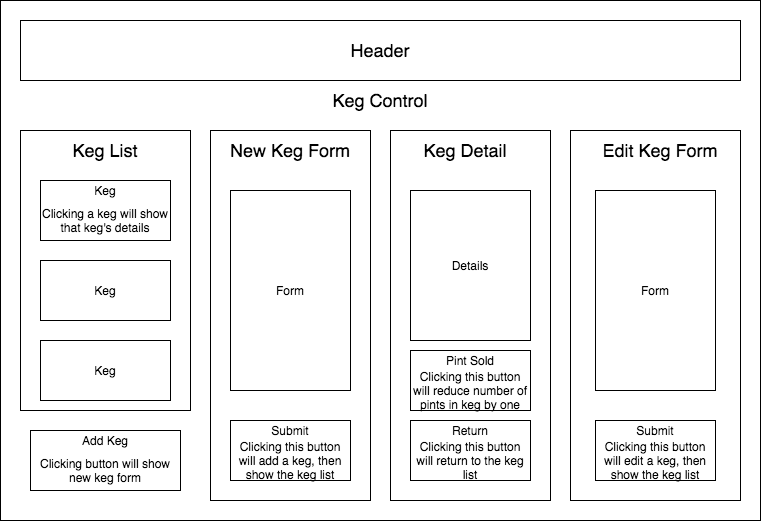
kate-skorija/taproom-react keeps this draw.io diagram as public/taproom.png. Above is the earlier version. Source tidied: cells renumbered, new cells last; positions are measured from the earlier drawing's top-left corner, leaving out a move shared by most shapes. The source it was exported from:
```xml
<mxGraphModel>
  <root>
    <mxCell id="0" />
    <mxCell id="1" parent="0" />
    <mxCell id="2" style="rounded=0;whiteSpace=wrap;html=1;" parent="1" vertex="1">
      <mxGeometry width="760" height="520" as="geometry" />
    </mxCell>
    <mxCell id="3" style="rounded=0;whiteSpace=wrap;html=1;" parent="1" vertex="1">
      <mxGeometry x="20" y="20" width="720" height="60" as="geometry" />
    </mxCell>
    <mxCell id="4" style="rounded=0;whiteSpace=wrap;html=1;" parent="1" vertex="1">
      <mxGeometry x="20" y="130" width="170" height="280" as="geometry" />
    </mxCell>
    <mxCell id="5" style="rounded=0;whiteSpace=wrap;html=1;" parent="1" vertex="1">
      <mxGeometry x="210" y="130" width="160" height="370" as="geometry" />
    </mxCell>
    <mxCell id="6" value="&lt;font style=&quot;font-size: 18px&quot;&gt;Header&lt;/font&gt;" style="text;html=1;strokeColor=none;fillColor=none;align=center;verticalAlign=middle;whiteSpace=wrap;rounded=0;" parent="1" vertex="1">
      <mxGeometry x="360" y="40" width="40" height="20" as="geometry" />
    </mxCell>
    <mxCell id="7" value="&lt;font style=&quot;font-size: 18px&quot;&gt;Keg List&lt;/font&gt;" style="text;html=1;strokeColor=none;fillColor=none;align=center;verticalAlign=middle;whiteSpace=wrap;rounded=0;" parent="1" vertex="1">
      <mxGeometry x="65" y="140" width="80" height="20" as="geometry" />
    </mxCell>
    <mxCell id="8" style="rounded=0;whiteSpace=wrap;html=1;" parent="1" vertex="1">
      <mxGeometry x="570" y="130" width="170" height="370" as="geometry" />
    </mxCell>
    <mxCell id="9" style="rounded=0;whiteSpace=wrap;html=1;" parent="1" vertex="1">
      <mxGeometry x="390" y="130" width="160" height="370" as="geometry" />
    </mxCell>
    <mxCell id="10" style="edgeStyle=orthogonalEdgeStyle;rounded=0;orthogonalLoop=1;jettySize=auto;html=1;exitX=0.5;exitY=1;exitDx=0;exitDy=0;" parent="1" edge="1" source="7" target="7">
      <mxGeometry relative="1" as="geometry" />
    </mxCell>
    <mxCell id="11" value="&lt;font style=&quot;font-size: 18px&quot;&gt;New Keg Form&lt;/font&gt;" style="text;html=1;strokeColor=none;fillColor=none;align=center;verticalAlign=middle;whiteSpace=wrap;rounded=0;" parent="1" vertex="1">
      <mxGeometry x="225" y="140" width="130" height="20" as="geometry" />
    </mxCell>
    <mxCell id="12" value="&lt;span style=&quot;font-size: 18px&quot;&gt;Keg Detail&lt;/span&gt;" style="text;html=1;strokeColor=none;fillColor=none;align=center;verticalAlign=middle;whiteSpace=wrap;rounded=0;" parent="1" vertex="1">
      <mxGeometry x="420" y="140" width="90" height="20" as="geometry" />
    </mxCell>
    <mxCell id="13" value="&lt;span style=&quot;font-size: 18px&quot;&gt;Edit Keg Form&lt;/span&gt;" style="text;html=1;strokeColor=none;fillColor=none;align=center;verticalAlign=middle;whiteSpace=wrap;rounded=0;" parent="1" vertex="1">
      <mxGeometry x="600" y="140" width="120" height="20" as="geometry" />
    </mxCell>
    <mxCell id="14" style="rounded=0;whiteSpace=wrap;html=1;" parent="1" vertex="1">
      <mxGeometry x="40" y="180" width="130" height="60" as="geometry" />
    </mxCell>
    <mxCell id="15" style="rounded=0;whiteSpace=wrap;html=1;" parent="1" vertex="1">
      <mxGeometry x="40" y="260" width="130" height="60" as="geometry" />
    </mxCell>
    <mxCell id="16" style="rounded=0;whiteSpace=wrap;html=1;" parent="1" vertex="1">
      <mxGeometry x="40" y="340" width="130" height="60" as="geometry" />
    </mxCell>
    <mxCell id="17" style="rounded=0;whiteSpace=wrap;html=1;" parent="1" vertex="1">
      <mxGeometry x="30" y="430" width="150" height="60" as="geometry" />
    </mxCell>
    <mxCell id="18" value="Add Keg" style="text;html=1;strokeColor=none;fillColor=none;align=center;verticalAlign=middle;whiteSpace=wrap;rounded=0;" parent="1" vertex="1">
      <mxGeometry x="65" y="430" width="80" height="20" as="geometry" />
    </mxCell>
    <mxCell id="19" value="Keg" style="text;html=1;strokeColor=none;fillColor=none;align=center;verticalAlign=middle;whiteSpace=wrap;rounded=0;" parent="1" vertex="1">
      <mxGeometry x="85" y="180" width="40" height="20" as="geometry" />
    </mxCell>
    <mxCell id="20" value="Keg" style="text;html=1;strokeColor=none;fillColor=none;align=center;verticalAlign=middle;whiteSpace=wrap;rounded=0;" parent="1" vertex="1">
      <mxGeometry x="85" y="280" width="40" height="20" as="geometry" />
    </mxCell>
    <mxCell id="21" value="Keg" style="text;html=1;strokeColor=none;fillColor=none;align=center;verticalAlign=middle;whiteSpace=wrap;rounded=0;" parent="1" vertex="1">
      <mxGeometry x="85" y="360" width="40" height="20" as="geometry" />
    </mxCell>
    <mxCell id="22" value="Clicking a keg will show that keg's details" style="text;html=1;strokeColor=none;fillColor=none;align=center;verticalAlign=middle;whiteSpace=wrap;rounded=0;" parent="1" vertex="1">
      <mxGeometry x="36.2" y="210" width="137.5" height="20" as="geometry" />
    </mxCell>
    <mxCell id="23" value="Clicking button will show new keg form" style="text;html=1;strokeColor=none;fillColor=none;align=center;verticalAlign=middle;whiteSpace=wrap;rounded=0;" parent="1" vertex="1">
      <mxGeometry x="31.2" y="460" width="147.5" height="20" as="geometry" />
    </mxCell>
    <mxCell id="24" style="rounded=0;whiteSpace=wrap;html=1;" parent="1" vertex="1">
      <mxGeometry x="230" y="420" width="120" height="60" as="geometry" />
    </mxCell>
    <mxCell id="25" value="Submit" style="text;html=1;strokeColor=none;fillColor=none;align=center;verticalAlign=middle;whiteSpace=wrap;rounded=0;" parent="1" vertex="1">
      <mxGeometry x="270" y="420" width="40" height="20" as="geometry" />
    </mxCell>
    <mxCell id="26" value="Clicking this button will add a keg, then show the keg list" style="text;html=1;strokeColor=none;fillColor=none;align=center;verticalAlign=middle;whiteSpace=wrap;rounded=0;" parent="1" vertex="1">
      <mxGeometry x="230" y="450" width="120" height="20" as="geometry" />
    </mxCell>
    <mxCell id="27" value="Form" style="rounded=0;whiteSpace=wrap;html=1;" parent="1" vertex="1">
      <mxGeometry x="230" y="190" width="120" height="200" as="geometry" />
    </mxCell>
    <mxCell id="28" value="Details" style="rounded=0;whiteSpace=wrap;html=1;" parent="1" vertex="1">
      <mxGeometry x="410" y="190" width="120" height="150" as="geometry" />
    </mxCell>
    <mxCell id="29" value="Form" style="rounded=0;whiteSpace=wrap;html=1;" parent="1" vertex="1">
      <mxGeometry x="595" y="190" width="120" height="200" as="geometry" />
    </mxCell>
    <mxCell id="30" style="rounded=0;whiteSpace=wrap;html=1;" parent="1" vertex="1">
      <mxGeometry x="410" y="420" width="120" height="60" as="geometry" />
    </mxCell>
    <mxCell id="31" style="rounded=0;whiteSpace=wrap;html=1;" parent="1" vertex="1">
      <mxGeometry x="595" y="420" width="120" height="60" as="geometry" />
    </mxCell>
    <mxCell id="32" value="Submit" style="text;html=1;strokeColor=none;fillColor=none;align=center;verticalAlign=middle;whiteSpace=wrap;rounded=0;" parent="1" vertex="1">
      <mxGeometry x="635" y="420" width="40" height="20" as="geometry" />
    </mxCell>
    <mxCell id="33" value="Clicking this button will edit a keg, then show the keg list" style="text;html=1;strokeColor=none;fillColor=none;align=center;verticalAlign=middle;whiteSpace=wrap;rounded=0;" parent="1" vertex="1">
      <mxGeometry x="595" y="450" width="120" height="20" as="geometry" />
    </mxCell>
    <mxCell id="34" value="Return" style="text;html=1;strokeColor=none;fillColor=none;align=center;verticalAlign=middle;whiteSpace=wrap;rounded=0;" parent="1" vertex="1">
      <mxGeometry x="450" y="420" width="40" height="20" as="geometry" />
    </mxCell>
    <mxCell id="35" value="Clicking this button will return to the keg list" style="text;html=1;strokeColor=none;fillColor=none;align=center;verticalAlign=middle;whiteSpace=wrap;rounded=0;" parent="1" vertex="1">
      <mxGeometry x="410" y="450" width="120" height="20" as="geometry" />
    </mxCell>
    <mxCell id="36" value="&lt;font style=&quot;font-size: 18px&quot;&gt;Keg Control&lt;/font&gt;" style="text;html=1;strokeColor=none;fillColor=none;align=center;verticalAlign=middle;whiteSpace=wrap;rounded=0;fontSize=16;" parent="1" vertex="1">
      <mxGeometry x="320" y="90" width="120" height="20" as="geometry" />
    </mxCell>
    <mxCell id="37" style="rounded=0;whiteSpace=wrap;html=1;" parent="1" vertex="1">
      <mxGeometry x="410" y="350" width="120" height="60" as="geometry" />
    </mxCell>
    <mxCell id="38" value="Pint Sold" style="text;html=1;strokeColor=none;fillColor=none;align=center;verticalAlign=middle;whiteSpace=wrap;rounded=0;" parent="1" vertex="1">
      <mxGeometry x="440" y="350" width="60" height="20" as="geometry" />
    </mxCell>
    <mxCell id="39" value="Clicking this button will reduce number of pints in keg by one" style="text;html=1;strokeColor=none;fillColor=none;align=center;verticalAlign=middle;whiteSpace=wrap;rounded=0;" parent="1" vertex="1">
      <mxGeometry x="410" y="380" width="120" height="20" as="geometry" />
    </mxCell>
  </root>
</mxGraphModel>
```
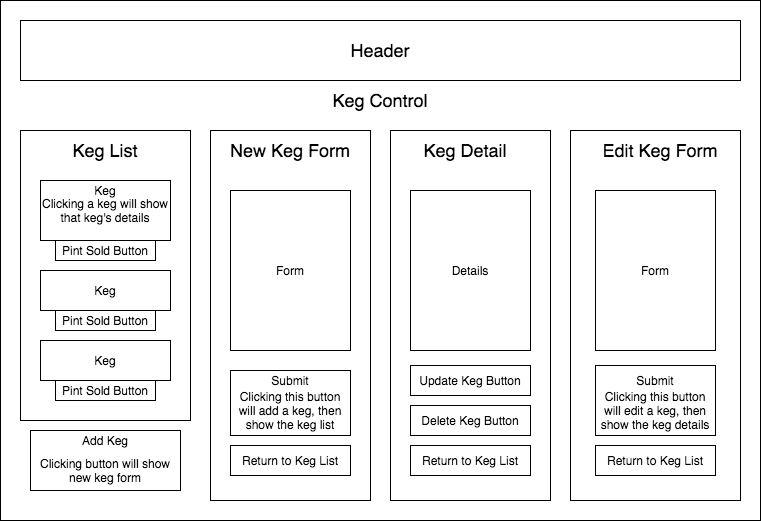
Above is the later version.

Commit message:
update component diagram and README

What changed in the source:
```diff
@@ -9,7 +9,7 @@
       <mxGeometry x="20" y="20" width="720" height="60" as="geometry" />
     </mxCell>
     <mxCell id="4" style="rounded=0;whiteSpace=wrap;html=1;" parent="1" vertex="1">
-      <mxGeometry x="20" y="130" width="170" height="280" as="geometry" />
+      <mxGeometry x="20" y="130" width="170" height="290" as="geometry" />
     </mxCell>
     <mxCell id="5" style="rounded=0;whiteSpace=wrap;html=1;" parent="1" vertex="1">
       <mxGeometry x="210" y="130" width="160" height="370" as="geometry" />
@@ -42,10 +42,10 @@
       <mxGeometry x="40" y="180" width="130" height="60" as="geometry" />
     </mxCell>
     <mxCell id="15" style="rounded=0;whiteSpace=wrap;html=1;" parent="1" vertex="1">
-      <mxGeometry x="40" y="260" width="130" height="60" as="geometry" />
+      <mxGeometry x="40" y="270" width="130" height="40" as="geometry" />
     </mxCell>
     <mxCell id="16" style="rounded=0;whiteSpace=wrap;html=1;" parent="1" vertex="1">
-      <mxGeometry x="40" y="340" width="130" height="60" as="geometry" />
+      <mxGeometry x="40" y="340" width="130" height="40" as="geometry" />
     </mxCell>
     <mxCell id="17" style="rounded=0;whiteSpace=wrap;html=1;" parent="1" vertex="1">
       <mxGeometry x="30" y="430" width="150" height="60" as="geometry" />
@@ -60,61 +60,67 @@
       <mxGeometry x="85" y="280" width="40" height="20" as="geometry" />
     </mxCell>
     <mxCell id="21" value="Keg" style="text;html=1;strokeColor=none;fillColor=none;align=center;verticalAlign=middle;whiteSpace=wrap;rounded=0;" parent="1" vertex="1">
-      <mxGeometry x="85" y="360" width="40" height="20" as="geometry" />
+      <mxGeometry x="85" y="350" width="40" height="20" as="geometry" />
     </mxCell>
     <mxCell id="22" value="Clicking a keg will show that keg's details" style="text;html=1;strokeColor=none;fillColor=none;align=center;verticalAlign=middle;whiteSpace=wrap;rounded=0;" parent="1" vertex="1">
-      <mxGeometry x="36.2" y="210" width="137.5" height="20" as="geometry" />
+      <mxGeometry x="36.2" y="200" width="137.5" height="20" as="geometry" />
     </mxCell>
     <mxCell id="23" value="Clicking button will show new keg form" style="text;html=1;strokeColor=none;fillColor=none;align=center;verticalAlign=middle;whiteSpace=wrap;rounded=0;" parent="1" vertex="1">
       <mxGeometry x="31.2" y="460" width="147.5" height="20" as="geometry" />
     </mxCell>
     <mxCell id="24" style="rounded=0;whiteSpace=wrap;html=1;" parent="1" vertex="1">
-      <mxGeometry x="230" y="420" width="120" height="60" as="geometry" />
+      <mxGeometry x="230" y="370" width="120" height="65" as="geometry" />
     </mxCell>
     <mxCell id="25" value="Submit" style="text;html=1;strokeColor=none;fillColor=none;align=center;verticalAlign=middle;whiteSpace=wrap;rounded=0;" parent="1" vertex="1">
-      <mxGeometry x="270" y="420" width="40" height="20" as="geometry" />
+      <mxGeometry x="270" y="370" width="40" height="20" as="geometry" />
     </mxCell>
     <mxCell id="26" value="Clicking this button will add a keg, then show the keg list" style="text;html=1;strokeColor=none;fillColor=none;align=center;verticalAlign=middle;whiteSpace=wrap;rounded=0;" parent="1" vertex="1">
-      <mxGeometry x="230" y="450" width="120" height="20" as="geometry" />
+      <mxGeometry x="230" y="400" width="120" height="20" as="geometry" />
     </mxCell>
     <mxCell id="27" value="Form" style="rounded=0;whiteSpace=wrap;html=1;" parent="1" vertex="1">
-      <mxGeometry x="230" y="190" width="120" height="200" as="geometry" />
+      <mxGeometry x="230" y="190" width="120" height="160" as="geometry" />
     </mxCell>
     <mxCell id="28" value="Details" style="rounded=0;whiteSpace=wrap;html=1;" parent="1" vertex="1">
-      <mxGeometry x="410" y="190" width="120" height="150" as="geometry" />
+      <mxGeometry x="410" y="190" width="120" height="160" as="geometry" />
     </mxCell>
     <mxCell id="29" value="Form" style="rounded=0;whiteSpace=wrap;html=1;" parent="1" vertex="1">
-      <mxGeometry x="595" y="190" width="120" height="200" as="geometry" />
+      <mxGeometry x="595" y="190" width="120" height="160" as="geometry" />
     </mxCell>
-    <mxCell id="30" style="rounded=0;whiteSpace=wrap;html=1;" parent="1" vertex="1">
-      <mxGeometry x="410" y="420" width="120" height="60" as="geometry" />
-    </mxCell>
     <mxCell id="31" style="rounded=0;whiteSpace=wrap;html=1;" parent="1" vertex="1">
-      <mxGeometry x="595" y="420" width="120" height="60" as="geometry" />
+      <mxGeometry x="595" y="365" width="120" height="70" as="geometry" />
     </mxCell>
     <mxCell id="32" value="Submit" style="text;html=1;strokeColor=none;fillColor=none;align=center;verticalAlign=middle;whiteSpace=wrap;rounded=0;" parent="1" vertex="1">
-      <mxGeometry x="635" y="420" width="40" height="20" as="geometry" />
+      <mxGeometry x="635" y="370" width="40" height="20" as="geometry" />
     </mxCell>
-    <mxCell id="33" value="Clicking this button will edit a keg, then show the keg list" style="text;html=1;strokeColor=none;fillColor=none;align=center;verticalAlign=middle;whiteSpace=wrap;rounded=0;" parent="1" vertex="1">
-      <mxGeometry x="595" y="450" width="120" height="20" as="geometry" />
+    <mxCell id="33" value="Clicking this button will edit a keg, then show the keg details" style="text;html=1;strokeColor=none;fillColor=none;align=center;verticalAlign=middle;whiteSpace=wrap;rounded=0;" parent="1" vertex="1">
+      <mxGeometry x="595" y="400" width="120" height="20" as="geometry" />
     </mxCell>
-    <mxCell id="34" value="Return" style="text;html=1;strokeColor=none;fillColor=none;align=center;verticalAlign=middle;whiteSpace=wrap;rounded=0;" parent="1" vertex="1">
-      <mxGeometry x="450" y="420" width="40" height="20" as="geometry" />
-    </mxCell>
-    <mxCell id="35" value="Clicking this button will return to the keg list" style="text;html=1;strokeColor=none;fillColor=none;align=center;verticalAlign=middle;whiteSpace=wrap;rounded=0;" parent="1" vertex="1">
-      <mxGeometry x="410" y="450" width="120" height="20" as="geometry" />
-    </mxCell>
     <mxCell id="36" value="&lt;font style=&quot;font-size: 18px&quot;&gt;Keg Control&lt;/font&gt;" style="text;html=1;strokeColor=none;fillColor=none;align=center;verticalAlign=middle;whiteSpace=wrap;rounded=0;fontSize=16;" parent="1" vertex="1">
       <mxGeometry x="320" y="90" width="120" height="20" as="geometry" />
     </mxCell>
-    <mxCell id="37" style="rounded=0;whiteSpace=wrap;html=1;" parent="1" vertex="1">
-      <mxGeometry x="410" y="350" width="120" height="60" as="geometry" />
-    </mxCell>
-    <mxCell id="38" value="Pint Sold" style="text;html=1;strokeColor=none;fillColor=none;align=center;verticalAlign=middle;whiteSpace=wrap;rounded=0;" parent="1" vertex="1">
-      <mxGeometry x="440" y="350" width="60" height="20" as="geometry" />
-    </mxCell>
-    <mxCell id="39" value="Clicking this button will reduce number of pints in keg by one" style="text;html=1;strokeColor=none;fillColor=none;align=center;verticalAlign=middle;whiteSpace=wrap;rounded=0;" parent="1" vertex="1">
-      <mxGeometry x="410" y="380" width="120" height="20" as="geometry" />
-    </mxCell>
+    <mxCell id="40" value="Pint Sold Button" style="rounded=0;whiteSpace=wrap;html=1;" parent="1" vertex="1">
+      <mxGeometry x="55" y="240" width="100" height="20" as="geometry" />
+    </mxCell>
+    <mxCell id="41" value="Pint Sold Button" style="rounded=0;whiteSpace=wrap;html=1;" parent="1" vertex="1">
+      <mxGeometry x="55" y="310" width="100" height="20" as="geometry" />
+    </mxCell>
+    <mxCell id="42" value="Pint Sold Button" style="rounded=0;whiteSpace=wrap;html=1;" parent="1" vertex="1">
+      <mxGeometry x="55" y="380" width="100" height="20" as="geometry" />
+    </mxCell>
+    <mxCell id="43" value="Delete Keg Button" style="rounded=0;whiteSpace=wrap;html=1;" parent="1" vertex="1">
+      <mxGeometry x="410" y="405" width="120" height="30" as="geometry" />
+    </mxCell>
+    <mxCell id="44" value="Update Keg Button" style="rounded=0;whiteSpace=wrap;html=1;" parent="1" vertex="1">
+      <mxGeometry x="410" y="365" width="120" height="30" as="geometry" />
+    </mxCell>
+    <mxCell id="45" value="Return to Keg List" style="rounded=0;whiteSpace=wrap;html=1;" parent="1" vertex="1">
+      <mxGeometry x="595" y="445" width="120" height="30" as="geometry" />
+    </mxCell>
+    <mxCell id="46" value="Return to Keg List" style="rounded=0;whiteSpace=wrap;html=1;" parent="1" vertex="1">
+      <mxGeometry x="230" y="445" width="120" height="30" as="geometry" />
+    </mxCell>
+    <mxCell id="47" value="Return to Keg List" style="rounded=0;whiteSpace=wrap;html=1;" parent="1" vertex="1">
+      <mxGeometry x="410" y="445" width="120" height="30" as="geometry" />
+    </mxCell>
   </root>
 </mxGraphModel>
```
